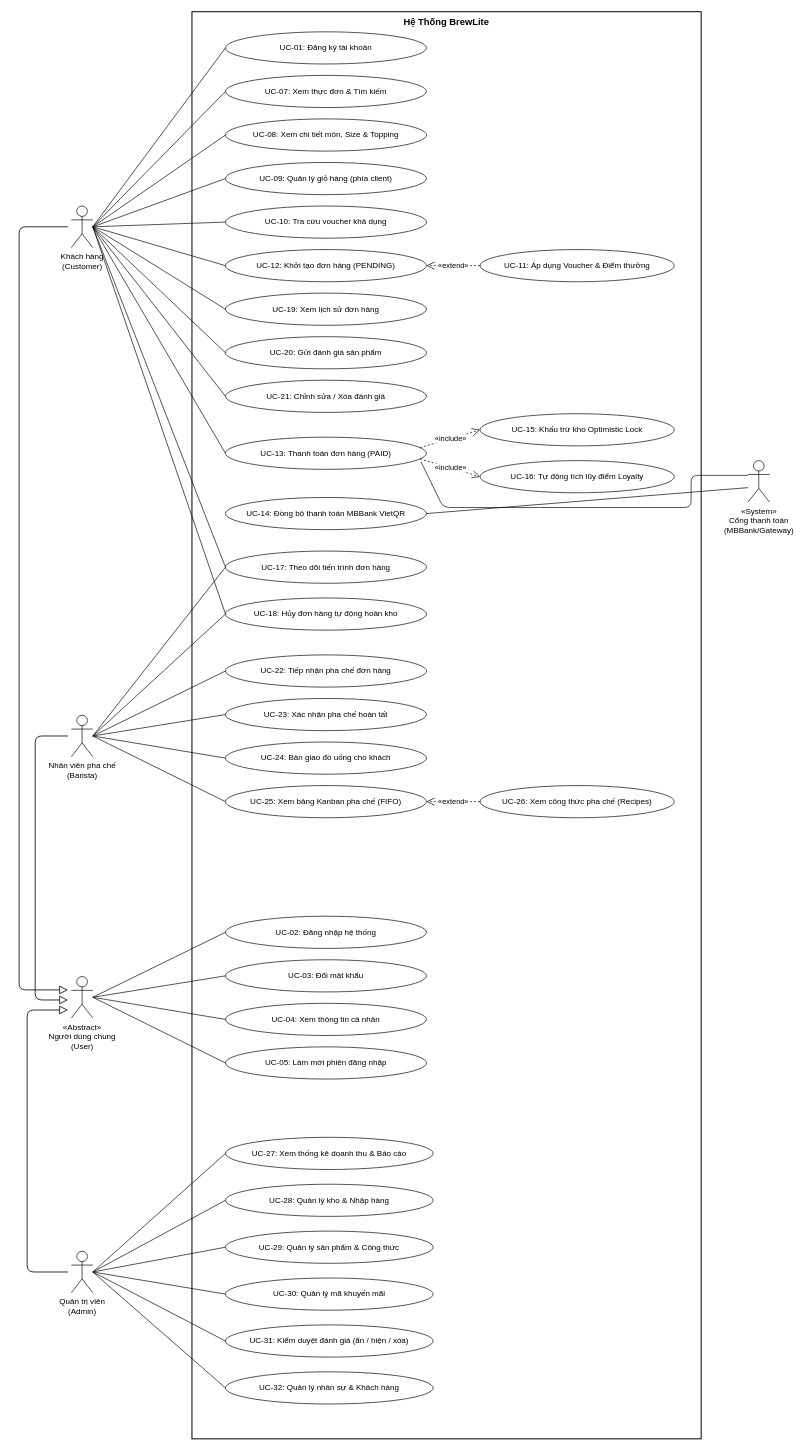
Above: docs/diagrams/usecases/01-usecase-overall.drawio in hanhdevsgu/BrewLite-Assignment2 (draw.io), before the change. Source tidied: cells renumbered, new cells numbered last; positions are measured from the earlier drawing's top-left corner, leaving out a move shared by most shapes. Both pictures are drawn from the tidied source at 67%, with x=0, y=0 at pixel (19, 11).
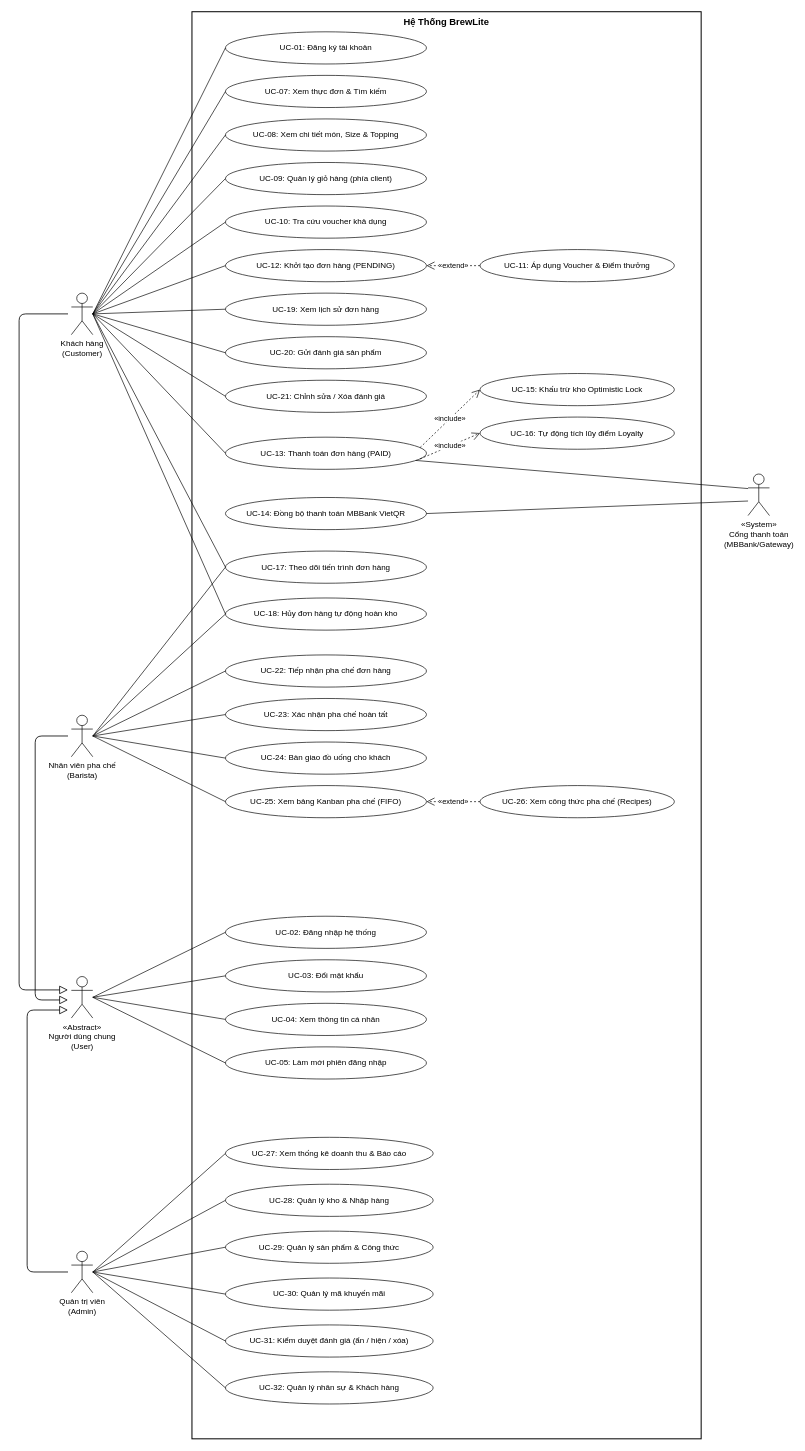
After the change.

Commit message (it also covers changes not shown here):
docs(usecases): straighten Gateway association lines in UC01 and re-export PNG

The change refers to these unchanged cells:
```xml
<mxCell id="17" value="UC-13: Thanh toán đơn hàng (PAID)" style="ellipse;whiteSpace=wrap;html=1;fillColor=#ffffff;strokeColor=#000000;fontSize=12;" parent="1" vertex="1">
  <mxGeometry x="308" y="635" width="300" height="48" as="geometry" />
</mxCell>
```

What changed in the source:
```diff
@@
     <mxCell id="3" value="Khách hàng&lt;br&gt;(Customer)" style="shape=umlActor;verticalLabelPosition=bottom;verticalAlign=top;html=1;outlineConnect=0;fillColor=#ffffff;strokeColor=#000000;fontSize=12;" parent="1" vertex="1">
-      <mxGeometry x="78" y="290" width="32" height="62" as="geometry" />
+      <mxGeometry x="78" y="420" width="32" height="62" as="geometry" />
     </mxCell>
@@
     <mxCell id="7" value="«System»&lt;br&gt;Cổng thanh toán&lt;br&gt;(MBBank/Gateway)" style="shape=umlActor;verticalLabelPosition=bottom;verticalAlign=top;html=1;outlineConnect=0;fillColor=#ffffff;strokeColor=#000000;fontSize=12;" parent="1" vertex="1">
-      <mxGeometry x="1088" y="670" width="32" height="62" as="geometry" />
+      <mxGeometry x="1088" y="690" width="32" height="62" as="geometry" />
     </mxCell>
@@
     <mxCell id="22" value="UC-15: Khấu trừ kho Optimistic Lock" style="ellipse;whiteSpace=wrap;html=1;fillColor=#ffffff;strokeColor=#000000;fontSize=12;" parent="1" vertex="1">
-      <mxGeometry x="688" y="600" width="290" height="48" as="geometry" />
+      <mxGeometry x="688" y="540" width="290" height="48" as="geometry" />
     </mxCell>
     <mxCell id="23" value="UC-16: Tự động tích lũy điểm Loyalty" style="ellipse;whiteSpace=wrap;html=1;fillColor=#ffffff;strokeColor=#000000;fontSize=12;" parent="1" vertex="1">
-      <mxGeometry x="688" y="670" width="290" height="48" as="geometry" />
+      <mxGeometry x="688" y="605" width="290" height="48" as="geometry" />
     </mxCell>
@@
-    <mxCell id="67" style="endArrow=none;html=1;strokeColor=#000000;strokeWidth=1;" parent="1" edge="1">
-      <mxGeometry relative="1" as="geometry">
-        <mxPoint x="1088" y="692" as="sourcePoint" />
-        <mxPoint x="600" y="672" as="targetPoint" />
-        <Array as="points">
-          <mxPoint x="1003" y="692" />
-          <mxPoint x="1003" y="740" />
-          <mxPoint x="633" y="740" />
-        </Array>
-      </mxGeometry>
+    <mxCell id="67" style="endArrow=none;html=1;strokeColor=#000000;strokeWidth=1;exitX=0;exitY=0.35;exitDx=0;exitDy=0;entryX=1;entryY=0.75;entryDx=0;entryDy=0;" parent="1" edge="1" source="7" target="17">
+      <mxGeometry relative="1" as="geometry" />
     </mxCell>
@@
     <mxCell id="73" style="endArrow=block;endFill=0;endSize=10;html=1;strokeColor=#000000;strokeWidth=1.2;" parent="1" edge="1">
       <mxGeometry relative="1" as="geometry">
-        <mxPoint x="73" y="321" as="sourcePoint" />
+        <mxPoint x="73" y="451" as="sourcePoint" />
         <mxPoint x="73" y="1460" as="targetPoint" />
         <Array as="points">
-          <mxPoint y="321" />
+          <mxPoint y="451" />
           <mxPoint y="1460" />
         </Array>
       </mxGeometry>
     </mxCell>
```
